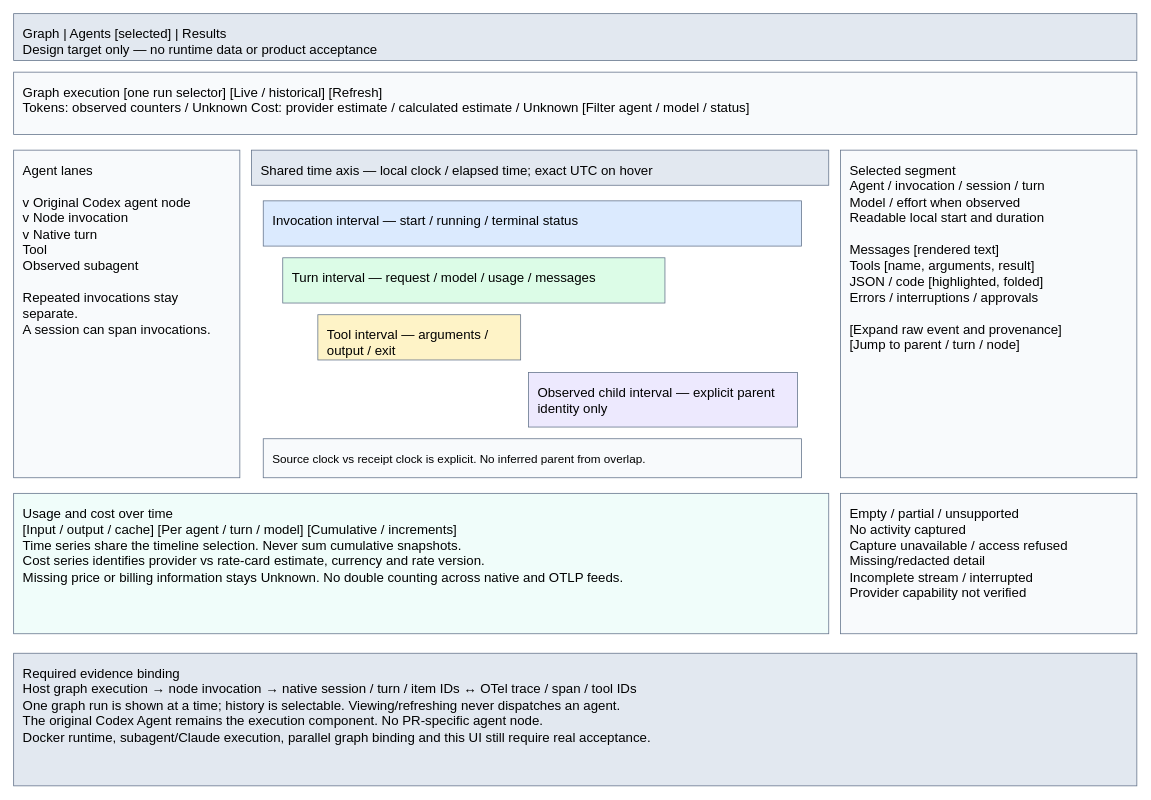
amadou-6e/specs keeps this draw.io diagram as page "Trace anatomy reference" (1 of 3) of projects/laomedo/subsystems/run-traces/design/agent-activity.drawio. Above is the earlier version. Source tidied: cells renumbered, new cells numbered last; positions are measured from the earlier drawing's top-left corner, leaving out a move shared by most shapes. Both pictures are drawn from the tidied source at 78%, with x=0, y=0 at pixel (13, 13).
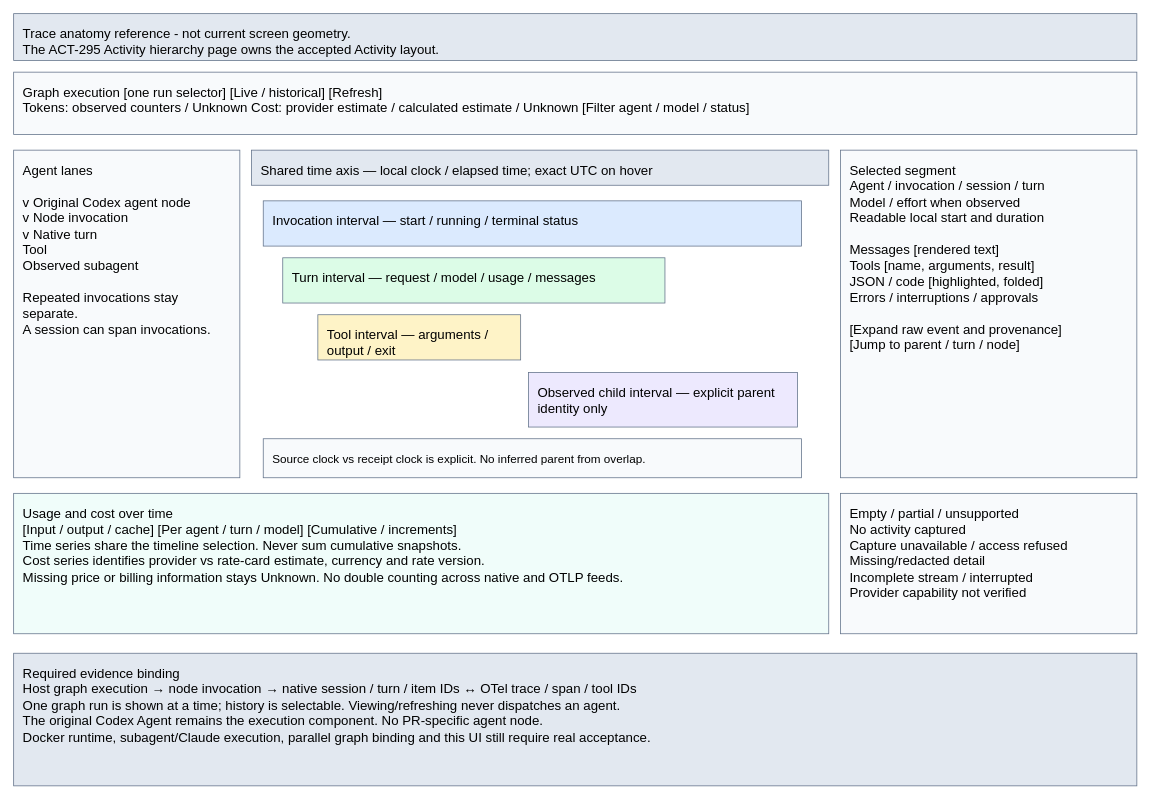
Above is the later version.

Commit message (it also covers changes not shown here):
Specify the activity execution hierarchy and inspection controls (#433)

* docs: specify compact activity inspection controls

* docs: align activity layout and count labels

* docs: specify the accepted activity execution hierarchy

* docs: align activity hierarchy design with accepted interface

* docs: align hierarchy row order with rendered activity

---------

The edit, as a diff of the source:
```diff
@@
 <mxGraphModel>
   <root>
     <mxCell id="0" />
     <mxCell id="1" parent="0" />
-    <mxCell id="2" value="Graph     |     Agents [selected]     |     Results&#10;Design target only — no runtime data or product acceptance" style="rounded=0;whiteSpace=wrap;html=0;align=left;verticalAlign=top;spacing=12;fillColor=#e2e8f0;strokeColor=#64748b;fontSize=17;" parent="1" vertex="1">
+    <mxCell id="2" value="Trace anatomy reference - not current screen geometry.&#10;The ACT-295 Activity hierarchy page owns the accepted Activity layout." style="rounded=0;whiteSpace=wrap;html=0;align=left;verticalAlign=top;spacing=12;fillColor=#e2e8f0;strokeColor=#64748b;fontSize=17;" parent="1" vertex="1">
       <mxGeometry width="1440" height="60" as="geometry" />
     </mxCell>
     <mxCell id="3" value="Graph execution [one run selector]     [Live / historical]     [Refresh]&#10;Tokens: observed counters / Unknown     Cost: provider estimate / calculated estimate / Unknown     [Filter agent / model / status]" style="rounded=0;whiteSpace=wrap;html=0;align=left;verticalAlign=top;spacing=12;fillColor=#f8fafc;strokeColor=#64748b;fontSize=17;" parent="1" vertex="1">
       <mxGeometry y="75" width="1440" height="80" as="geometry" />
     </mxCell>
     <mxCell id="4" value="Agent lanes&#10;&#10;v Original Codex agent node&#10;   v Node invocation&#10;       v Native turn&#10;           Tool&#10;           Observed subagent&#10;&#10;Repeated invocations stay separate.&#10;A session can span invocations." style="rounded=0;whiteSpace=wrap;html=0;align=left;verticalAlign=top;spacing=12;fillColor=#f8fafc;strokeColor=#64748b;fontSize=17;" parent="1" vertex="1">
       <mxGeometry y="175" width="290" height="420" as="geometry" />
     </mxCell>
     <mxCell id="5" value="Shared time axis — local clock / elapsed time; exact UTC on hover" style="rounded=0;whiteSpace=wrap;html=0;align=left;verticalAlign=top;spacing=12;fillColor=#e2e8f0;strokeColor=#64748b;fontSize=17;" parent="1" vertex="1">
       <mxGeometry x="305" y="175" width="740" height="45" as="geometry" />
     </mxCell>
     <mxCell id="6" value="Invocation interval — start / running / terminal status" style="rounded=0;whiteSpace=wrap;html=0;align=left;verticalAlign=top;spacing=12;fillColor=#dbeafe;strokeColor=#64748b;fontSize=17;" parent="1" vertex="1">
       <mxGeometry x="320" y="240" width="690" height="58" as="geometry" />
     </mxCell>
     <mxCell id="7" value="Turn interval — request / model / usage / messages" style="rounded=0;whiteSpace=wrap;html=0;align=left;verticalAlign=top;spacing=12;fillColor=#dcfce7;strokeColor=#64748b;fontSize=17;" parent="1" vertex="1">
       <mxGeometry x="345" y="313" width="490" height="58" as="geometry" />
     </mxCell>
     <mxCell id="8" value="Tool interval — arguments / output / exit" style="rounded=0;whiteSpace=wrap;html=0;align=left;verticalAlign=top;spacing=12;fillColor=#fef3c7;strokeColor=#64748b;fontSize=17;" parent="1" vertex="1">
       <mxGeometry x="390" y="386" width="260" height="58" as="geometry" />
     </mxCell>
     <mxCell id="9" value="Observed child interval — explicit parent identity only" style="rounded=0;whiteSpace=wrap;html=0;align=left;verticalAlign=top;spacing=12;fillColor=#ede9fe;strokeColor=#64748b;fontSize=17;" parent="1" vertex="1">
       <mxGeometry x="660" y="460" width="345" height="70" as="geometry" />
     </mxCell>
     <mxCell id="10" value="Source clock vs receipt clock is explicit. No inferred parent from overlap." style="rounded=0;whiteSpace=wrap;html=0;align=left;verticalAlign=top;spacing=12;fillColor=#f8fafc;strokeColor=#64748b;fontSize=15;" parent="1" vertex="1">
       <mxGeometry x="320" y="545" width="690" height="50" as="geometry" />
     </mxCell>
     <mxCell id="11" value="Selected segment&#10;Agent / invocation / session / turn&#10;Model / effort when observed&#10;Readable local start and duration&#10;&#10;Messages [rendered text]&#10;Tools [name, arguments, result]&#10;JSON / code [highlighted, folded]&#10;Errors / interruptions / approvals&#10;&#10;[Expand raw event and provenance]&#10;[Jump to parent / turn / node]" style="rounded=0;whiteSpace=wrap;html=0;align=left;verticalAlign=top;spacing=12;fillColor=#f8fafc;strokeColor=#64748b;fontSize=17;" parent="1" vertex="1">
       <mxGeometry x="1060" y="175" width="380" height="420" as="geometry" />
     </mxCell>
     <mxCell id="12" value="Usage and cost over time&#10;[Input / output / cache]     [Per agent / turn / model]     [Cumulative / increments]&#10;Time series share the timeline selection. Never sum cumulative snapshots.&#10;Cost series identifies provider vs rate-card estimate, currency and rate version.&#10;Missing price or billing information stays Unknown. No double counting across native and OTLP feeds." style="rounded=0;whiteSpace=wrap;html=0;align=left;verticalAlign=top;spacing=12;fillColor=#f0fdfa;strokeColor=#64748b;fontSize=17;" parent="1" vertex="1">
       <mxGeometry y="615" width="1045" height="180" as="geometry" />
     </mxCell>
     <mxCell id="13" value="Empty / partial / unsupported&#10;No activity captured&#10;Capture unavailable / access refused&#10;Missing/redacted detail&#10;Incomplete stream / interrupted&#10;Provider capability not verified" style="rounded=0;whiteSpace=wrap;html=0;align=left;verticalAlign=top;spacing=12;fillColor=#f8fafc;strokeColor=#64748b;fontSize=17;" parent="1" vertex="1">
       <mxGeometry x="1060" y="615" width="380" height="180" as="geometry" />
     </mxCell>
     <mxCell id="14" value="Required evidence binding&#10;Host graph execution → node invocation → native session / turn / item IDs ↔ OTel trace / span / tool IDs&#10;One graph run is shown at a time; history is selectable. Viewing/refreshing never dispatches an agent.&#10;The original Codex Agent remains the execution component. No PR-specific agent node.&#10;Docker runtime, subagent/Claude execution, parallel graph binding and this UI still require real acceptance." style="rounded=0;whiteSpace=wrap;html=0;align=left;verticalAlign=top;spacing=12;fillColor=#e2e8f0;strokeColor=#64748b;fontSize=17;" parent="1" vertex="1">
       <mxGeometry y="820" width="1440" height="170" as="geometry" />
     </mxCell>
   </root>
 </mxGraphModel>
```
